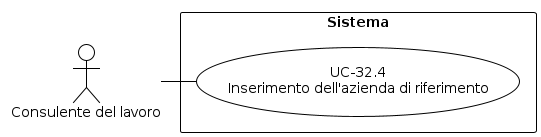
Before: RTB/Analisi dei Requisiti/diagrammi_use_case/UC-32.4.png, a diagram exported from PlantUML (aLittleByte-19/Documentazione).
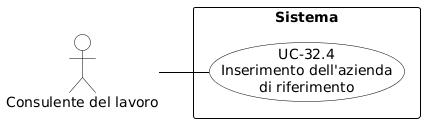
After the change.

Diff of the diagram source:
```diff
@@ -1,21 +1,29 @@
 @startuml
-!theme plain
+skinparam shadowing false
+skinparam defaultFontName Arial
+left to right direction
+skinparam nodesep 15
+skinparam ranksep 50
+
 skinparam usecase {
-  BackgroundColor white
-  BorderColor black
+    BackgroundColor white
+    BorderColor black
+    ArrowColor black
 }
 skinparam actor {
-  BackgroundColor white
-  BorderColor black
+    BackgroundColor white
+    BorderColor black
 }
 skinparam rectangle {
-  BackgroundColor white
-  BorderColor black
+    BorderColor black
+    FontStyle bold
 }
-top to bottom direction
-actor "Consulente del lavoro" as C
+
+actor "Consulente del lavoro" as CL
+
 rectangle "Sistema" {
-  usecase "UC-32.4\nInserimento dell'azienda di riferimento" as UC324
-  C - UC324
+    usecase "UC-32.4\nInserimento dell'azienda\ndi riferimento" as UC32_4
 }
+
+CL -- UC32_4
 @enduml
```
